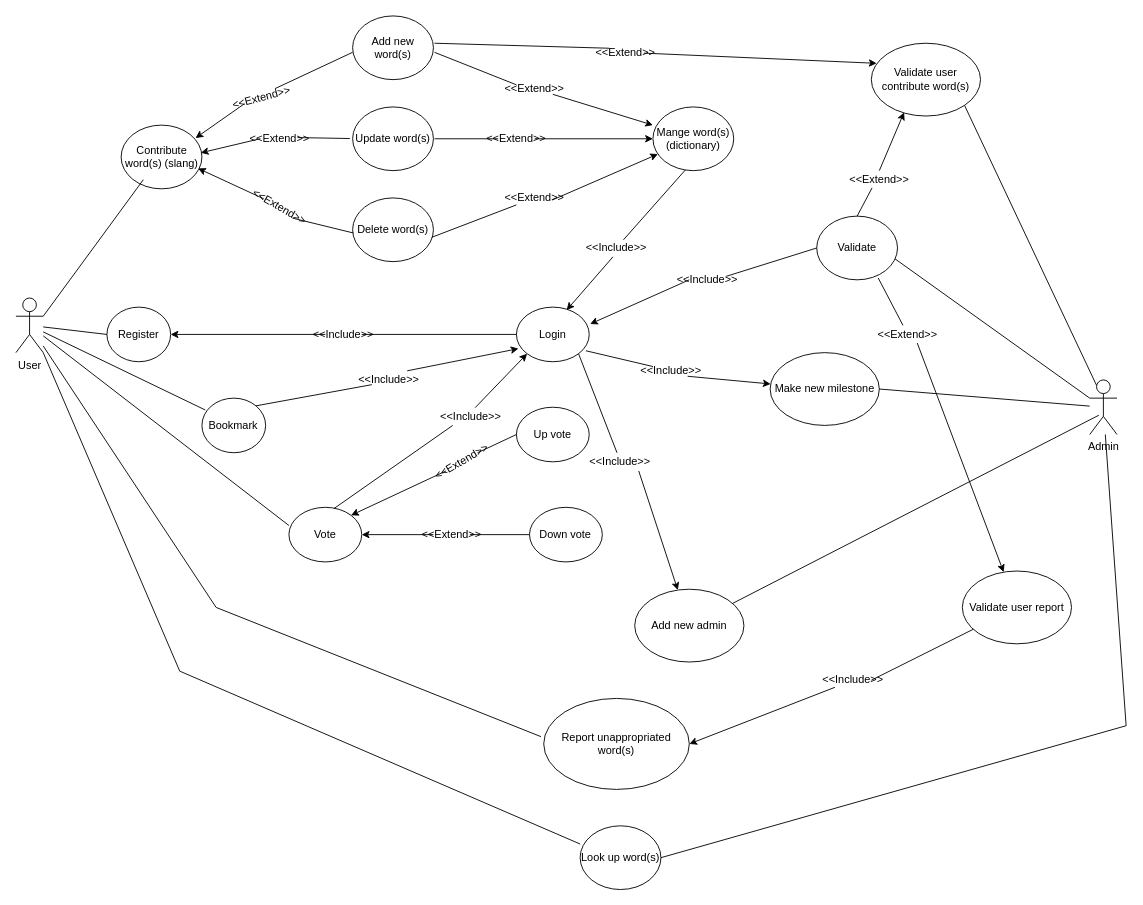
Before: documents/Diagram/use_case.drawio in anhquan99/khong_biet_dictionary_server, a draw.io diagram. Source tidied: cells renumbered, new cells numbered last; positions are measured from the earlier drawing's top-left corner, leaving out a move shared by most shapes. Both pictures are drawn from the tidied source at 91%, with x=0, y=0 at pixel (15, 15).
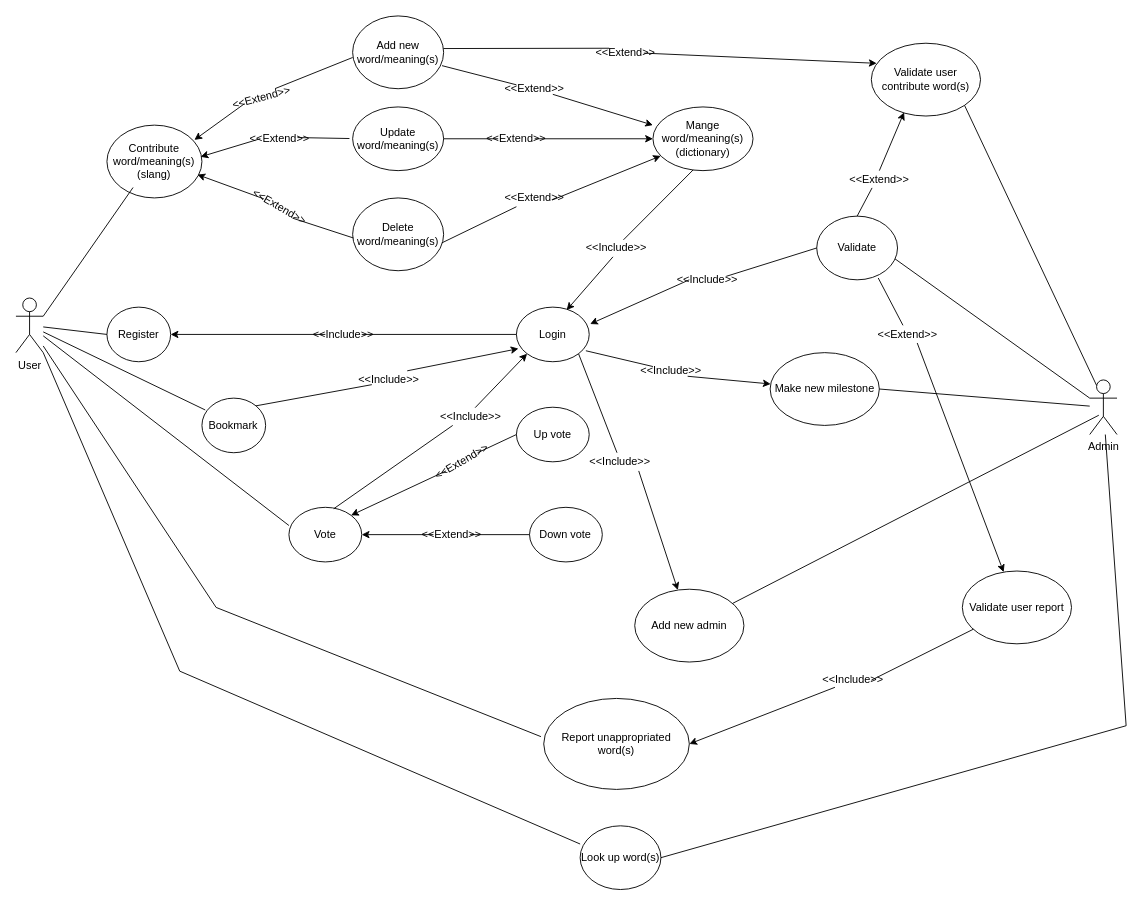
The same diagram, later.

Commit message (it also covers changes not shown here):
update class diagram

Unchanged cells that the change refers to:
```xml
<mxCell id="62" value="&amp;lt;&amp;lt;Extend&amp;gt;&amp;gt;" style="text;html=1;strokeColor=none;fillColor=none;align=center;verticalAlign=middle;whiteSpace=wrap;rounded=0;rotation=0;" parent="1" vertex="1">
  <mxGeometry x="550" y="70" width="40" height="20" as="geometry" />
</mxCell>
<mxCell id="64" value="&amp;lt;&amp;lt;Extend&amp;gt;&amp;gt;" style="text;html=1;strokeColor=none;fillColor=none;align=center;verticalAlign=middle;whiteSpace=wrap;rounded=0;rotation=0;" parent="1" vertex="1">
  <mxGeometry x="530" y="125" width="40" height="20" as="geometry" />
</mxCell>
<mxCell id="72" value="&amp;lt;&amp;lt;Extend&amp;gt;&amp;gt;" style="text;html=1;strokeColor=none;fillColor=none;align=center;verticalAlign=middle;whiteSpace=wrap;rounded=0;" parent="1" vertex="1">
  <mxGeometry x="650" y="30" width="40" height="20" as="geometry" />
</mxCell>
```

Change to the diagram source:
```diff
@@
-    <mxCell id="5" value="Contribute word(s) (slang)" style="ellipse;whiteSpace=wrap;html=1;" parent="1" vertex="1">
-      <mxGeometry x="115.6" y="120" width="88.8" height="70" as="geometry" />
+    <mxCell id="5" value="Contribute word/meaning(s) (slang)" style="ellipse;whiteSpace=wrap;html=1;" parent="1" vertex="1">
+      <mxGeometry x="100" y="120" width="104.4" height="80" as="geometry" />
     </mxCell>
@@
-    <mxCell id="8" value="Add new word(s)" style="ellipse;whiteSpace=wrap;html=1;" parent="1" vertex="1">
-      <mxGeometry x="370" width="88.8" height="70" as="geometry" />
+    <mxCell id="8" value="Add new word/meaning(s)" style="ellipse;whiteSpace=wrap;html=1;" parent="1" vertex="1">
+      <mxGeometry x="370" width="100" height="80" as="geometry" />
     </mxCell>
-    <mxCell id="9" value="Update word(s)" style="ellipse;whiteSpace=wrap;html=1;" parent="1" vertex="1">
-      <mxGeometry x="370" y="100" width="88.8" height="70" as="geometry" />
+    <mxCell id="9" value="Update word/meaning(s)" style="ellipse;whiteSpace=wrap;html=1;" parent="1" vertex="1">
+      <mxGeometry x="370" y="100" width="100" height="70" as="geometry" />
     </mxCell>
-    <mxCell id="10" value="Delete word(s)" style="ellipse;whiteSpace=wrap;html=1;" parent="1" vertex="1">
-      <mxGeometry x="370" y="200" width="88.8" height="70" as="geometry" />
+    <mxCell id="10" value="Delete word/meaning(s)" style="ellipse;whiteSpace=wrap;html=1;" parent="1" vertex="1">
+      <mxGeometry x="370" y="200" width="100" height="80" as="geometry" />
     </mxCell>
@@
-    <mxCell id="34" value="Mange word(s) (dictionary)" style="ellipse;whiteSpace=wrap;html=1;" parent="1" vertex="1">
-      <mxGeometry x="700" y="100" width="88.8" height="70" as="geometry" />
+    <mxCell id="34" value="Mange word/meaning(s) (dictionary)" style="ellipse;whiteSpace=wrap;html=1;" parent="1" vertex="1">
+      <mxGeometry x="700" y="100" width="110" height="70" as="geometry" />
     </mxCell>
@@
-    <mxCell id="63" style="endArrow=none;html=1;rounded=0;entryX=0;entryY=0.286;entryDx=0;entryDy=0;entryPerimeter=0;" parent="1" edge="1" target="62">
-      <mxGeometry relative="1" as="geometry">
-        <mxPoint x="460" y="40" as="sourcePoint" />
-      </mxGeometry>
+    <mxCell id="63" style="endArrow=none;html=1;rounded=0;entryX=0;entryY=0.286;entryDx=0;entryDy=0;entryPerimeter=0;exitX=0.982;exitY=0.683;exitDx=0;exitDy=0;exitPerimeter=0;" parent="1" edge="1" source="8" target="62">
+      <mxGeometry relative="1" as="geometry" />
     </mxCell>
@@
-    <mxCell id="65" style="endArrow=none;html=1;rounded=0;entryX=0;entryY=0.5;entryDx=0;entryDy=0;" parent="1" edge="1" target="64">
-      <mxGeometry relative="1" as="geometry">
-        <mxPoint x="460" y="135" as="sourcePoint" />
-      </mxGeometry>
+    <mxCell id="65" style="endArrow=none;html=1;rounded=0;entryX=0;entryY=0.5;entryDx=0;entryDy=0;exitX=1;exitY=0.5;exitDx=0;exitDy=0;" parent="1" edge="1" source="9" target="64">
+      <mxGeometry relative="1" as="geometry" />
     </mxCell>
@@
-    <mxCell id="73" style="endArrow=none;html=1;rounded=0;entryX=0.049;entryY=0.276;entryDx=0;entryDy=0;entryPerimeter=0;" parent="1" edge="1" target="72">
-      <mxGeometry relative="1" as="geometry">
-        <mxPoint x="460" y="30" as="sourcePoint" />
-      </mxGeometry>
+    <mxCell id="73" style="endArrow=none;html=1;rounded=0;entryX=0.049;entryY=0.276;entryDx=0;entryDy=0;entryPerimeter=0;exitX=0.998;exitY=0.448;exitDx=0;exitDy=0;exitPerimeter=0;" parent="1" edge="1" source="8" target="72">
+      <mxGeometry relative="1" as="geometry" />
     </mxCell>
```
